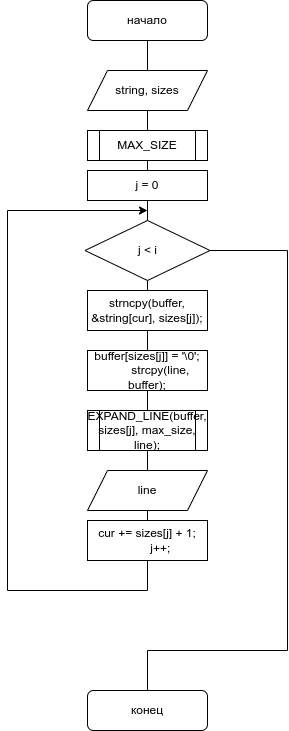
Earlier version of the draw.io export labs/laba5/cpp.png (liubavabarsegian/Assembler-projects). Source tidied: cells renumbered, new cells last; positions are measured from the earlier drawing's top-left corner, leaving out a move shared by most shapes.
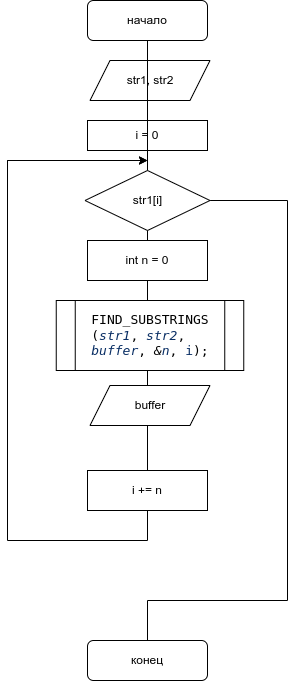
After the commit.

What changed in the source:
```diff
@@ -2,44 +2,23 @@
   <root>
     <mxCell id="0" />
     <mxCell id="1" parent="0" />
-    <mxCell id="2" style="edgeStyle=orthogonalEdgeStyle;rounded=0;jettySize=auto;html=1;" parent="1" edge="1" source="3">
+    <mxCell id="2" style="edgeStyle=orthogonalEdgeStyle;rounded=0;orthogonalLoop=1;jettySize=auto;html=1;" parent="1" edge="1">
       <mxGeometry relative="1" as="geometry">
+        <mxPoint y="455" as="sourcePoint" />
         <mxPoint x="140" y="210" as="targetPoint" />
         <Array as="points">
-          <mxPoint x="140" y="590" />
-          <mxPoint y="590" />
+          <mxPoint y="450" />
           <mxPoint y="210" />
         </Array>
       </mxGeometry>
     </mxCell>
     <mxCell id="3" value="начало" style="rounded=1;whiteSpace=wrap;html=1;" parent="1" vertex="1">
-      <mxGeometry x="80" width="120" height="40" as="geometry" />
+      <mxGeometry x="80" y="50" width="120" height="40" as="geometry" />
     </mxCell>
-    <mxCell id="4" value="string, sizes" style="shape=parallelogram;perimeter=parallelogramPerimeter;whiteSpace=wrap;html=1;fixedSize=1;" parent="1" vertex="1">
-      <mxGeometry x="80" y="70" width="120" height="40" as="geometry" />
+    <mxCell id="4" value="str1, str2" style="shape=parallelogram;perimeter=parallelogramPerimeter;whiteSpace=wrap;html=1;fixedSize=1;" parent="1" vertex="1">
+      <mxGeometry x="82.5" y="110" width="120" height="40" as="geometry" />
     </mxCell>
-    <mxCell id="5" value="MAX_SIZE" style="shape=process;whiteSpace=wrap;html=1;backgroundOutline=1;" parent="1" vertex="1">
-      <mxGeometry x="80" y="130" width="120" height="30" as="geometry" />
-    </mxCell>
-    <mxCell id="6" value="strncpy(buffer, &amp;amp;string[cur], sizes[j]);" style="rounded=0;whiteSpace=wrap;html=1;" parent="1" vertex="1">
-      <mxGeometry x="80" y="290" width="120" height="40" as="geometry" />
-    </mxCell>
-    <mxCell id="7" value="&lt;div&gt;buffer[sizes[j]] = '\0';&lt;/div&gt;&lt;div&gt;&amp;nbsp; &amp;nbsp; &amp;nbsp; &amp;nbsp; strcpy(line, buffer);&lt;/div&gt;" style="rounded=0;whiteSpace=wrap;html=1;" parent="1" vertex="1">
-      <mxGeometry x="80" y="350" width="120" height="40" as="geometry" />
-    </mxCell>
-    <mxCell id="8" value="&lt;div&gt;cur += sizes[j] + 1;&lt;/div&gt;&lt;div&gt;&amp;nbsp; &amp;nbsp; &amp;nbsp; &amp;nbsp; j++;&lt;/div&gt;" style="rounded=0;whiteSpace=wrap;html=1;" parent="1" vertex="1">
-      <mxGeometry x="80" y="520" width="120" height="40" as="geometry" />
-    </mxCell>
-    <mxCell id="9" value="EXPAND_LINE(buffer, sizes[j], max_size, line);" style="shape=process;whiteSpace=wrap;html=1;backgroundOutline=1;" parent="1" vertex="1">
-      <mxGeometry x="80" y="410" width="120" height="40" as="geometry" />
-    </mxCell>
-    <mxCell id="10" value="line" style="shape=parallelogram;perimeter=parallelogramPerimeter;whiteSpace=wrap;html=1;fixedSize=1;" parent="1" vertex="1">
-      <mxGeometry x="80" y="470" width="120" height="40" as="geometry" />
-    </mxCell>
-    <mxCell id="11" value="j &amp;lt; i" style="rhombus;whiteSpace=wrap;html=1;" parent="1" vertex="1">
-      <mxGeometry x="77.5" y="220" width="125" height="60" as="geometry" />
-    </mxCell>
-    <mxCell id="12" value="j = 0" style="rounded=0;whiteSpace=wrap;html=1;" parent="1" vertex="1">
+    <mxCell id="12" value="i = 0" style="rounded=0;whiteSpace=wrap;html=1;" parent="1" vertex="1">
       <mxGeometry x="80" y="170" width="120" height="30" as="geometry" />
     </mxCell>
     <mxCell id="13" style="endArrow=none;html=1;rounded=0;exitX=1;exitY=0.5;exitDx=0;exitDy=0;" parent="1" edge="1" source="11" target="14">
@@ -54,5 +33,29 @@
     <mxCell id="14" value="конец" style="rounded=1;whiteSpace=wrap;html=1;" parent="1" vertex="1">
       <mxGeometry x="80" y="690" width="120" height="40" as="geometry" />
     </mxCell>
+    <mxCell id="15" style="edgeStyle=orthogonalEdgeStyle;rounded=0;jettySize=auto;html=1;" parent="1" edge="1" source="3">
+      <mxGeometry relative="1" as="geometry">
+        <mxPoint x="140" y="210" as="targetPoint" />
+        <Array as="points">
+          <mxPoint x="140" y="590" />
+          <mxPoint y="590" />
+        </Array>
+      </mxGeometry>
+    </mxCell>
+    <mxCell id="10" value="buffer" style="shape=parallelogram;perimeter=parallelogramPerimeter;whiteSpace=wrap;html=1;fixedSize=1;" parent="1" vertex="1">
+      <mxGeometry x="82.5" y="435" width="120" height="40" as="geometry" />
+    </mxCell>
+    <mxCell id="8" value="&lt;div&gt;i += n&lt;/div&gt;" style="rounded=0;whiteSpace=wrap;html=1;" parent="1" vertex="1">
+      <mxGeometry x="80" y="520" width="120" height="40" as="geometry" />
+    </mxCell>
+    <mxCell id="6" value="int n = 0" style="rounded=0;whiteSpace=wrap;html=1;" parent="1" vertex="1">
+      <mxGeometry x="80" y="290" width="120" height="40" as="geometry" />
+    </mxCell>
+    <mxCell id="11" value="str1[i]" style="rhombus;whiteSpace=wrap;html=1;" parent="1" vertex="1">
+      <mxGeometry x="77.5" y="220" width="125" height="60" as="geometry" />
+    </mxCell>
+    <mxCell id="9" value="&lt;pre style=&quot;font-size: medium; text-align: start; margin-top: 0px; margin-bottom: 0px;&quot;&gt;FIND_SUBSTRINGS&lt;/pre&gt;&lt;pre style=&quot;font-size: medium; text-align: start; margin-top: 0px; margin-bottom: 0px;&quot;&gt;(&lt;span style=&quot;font-style: italic; color: rgb(9, 46, 100);&quot;&gt;str1&lt;/span&gt;,&lt;span style=&quot;color: rgb(192, 192, 192);&quot;&gt; &lt;/span&gt;&lt;span style=&quot;font-style: italic; color: rgb(9, 46, 100);&quot;&gt;str2&lt;/span&gt;,&lt;span style=&quot;color: rgb(192, 192, 192);&quot;&gt; &lt;/span&gt;&lt;/pre&gt;&lt;pre style=&quot;font-size: medium; text-align: start; margin-top: 0px; margin-bottom: 0px;&quot;&gt;&lt;span style=&quot;font-style: italic; color: rgb(9, 46, 100);&quot;&gt;buffer&lt;/span&gt;,&lt;span style=&quot;color: rgb(192, 192, 192);&quot;&gt; &lt;/span&gt;&lt;span style=&quot;font-style: italic;&quot;&gt;&amp;amp;&lt;/span&gt;&lt;span style=&quot;font-style: italic; color: rgb(9, 46, 100);&quot;&gt;n&lt;/span&gt;,&lt;span style=&quot;color: rgb(192, 192, 192);&quot;&gt; &lt;/span&gt;&lt;span style=&quot;color: rgb(9, 46, 100);&quot;&gt;i&lt;/span&gt;);&lt;/pre&gt;" style="shape=process;whiteSpace=wrap;html=1;backgroundOutline=1;" parent="1" vertex="1">
+      <mxGeometry x="48.8" y="350" width="187.5" height="70" as="geometry" />
+    </mxCell>
   </root>
 </mxGraphModel>
```
